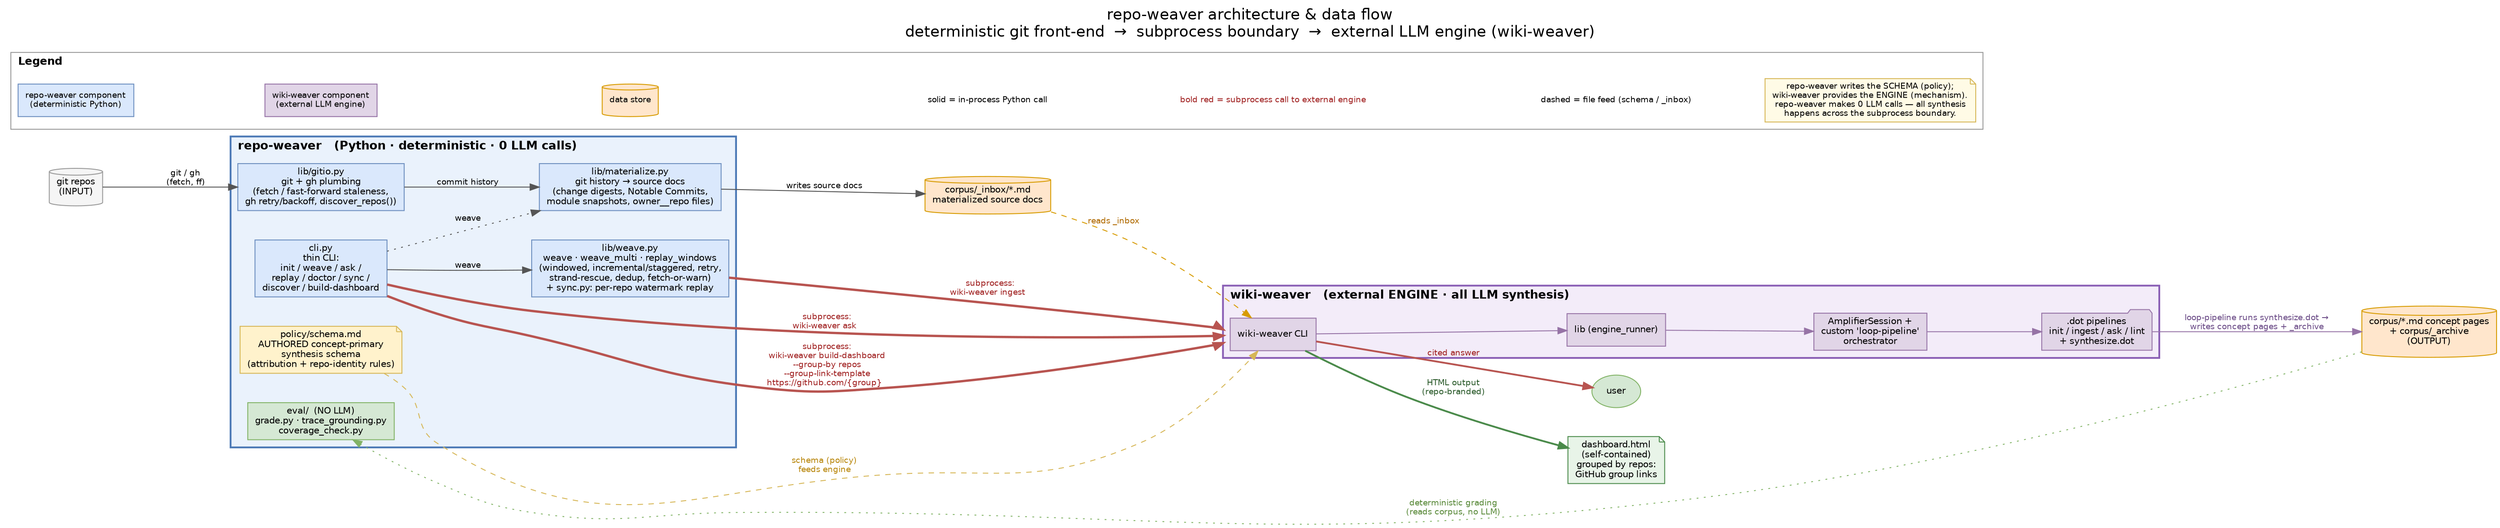
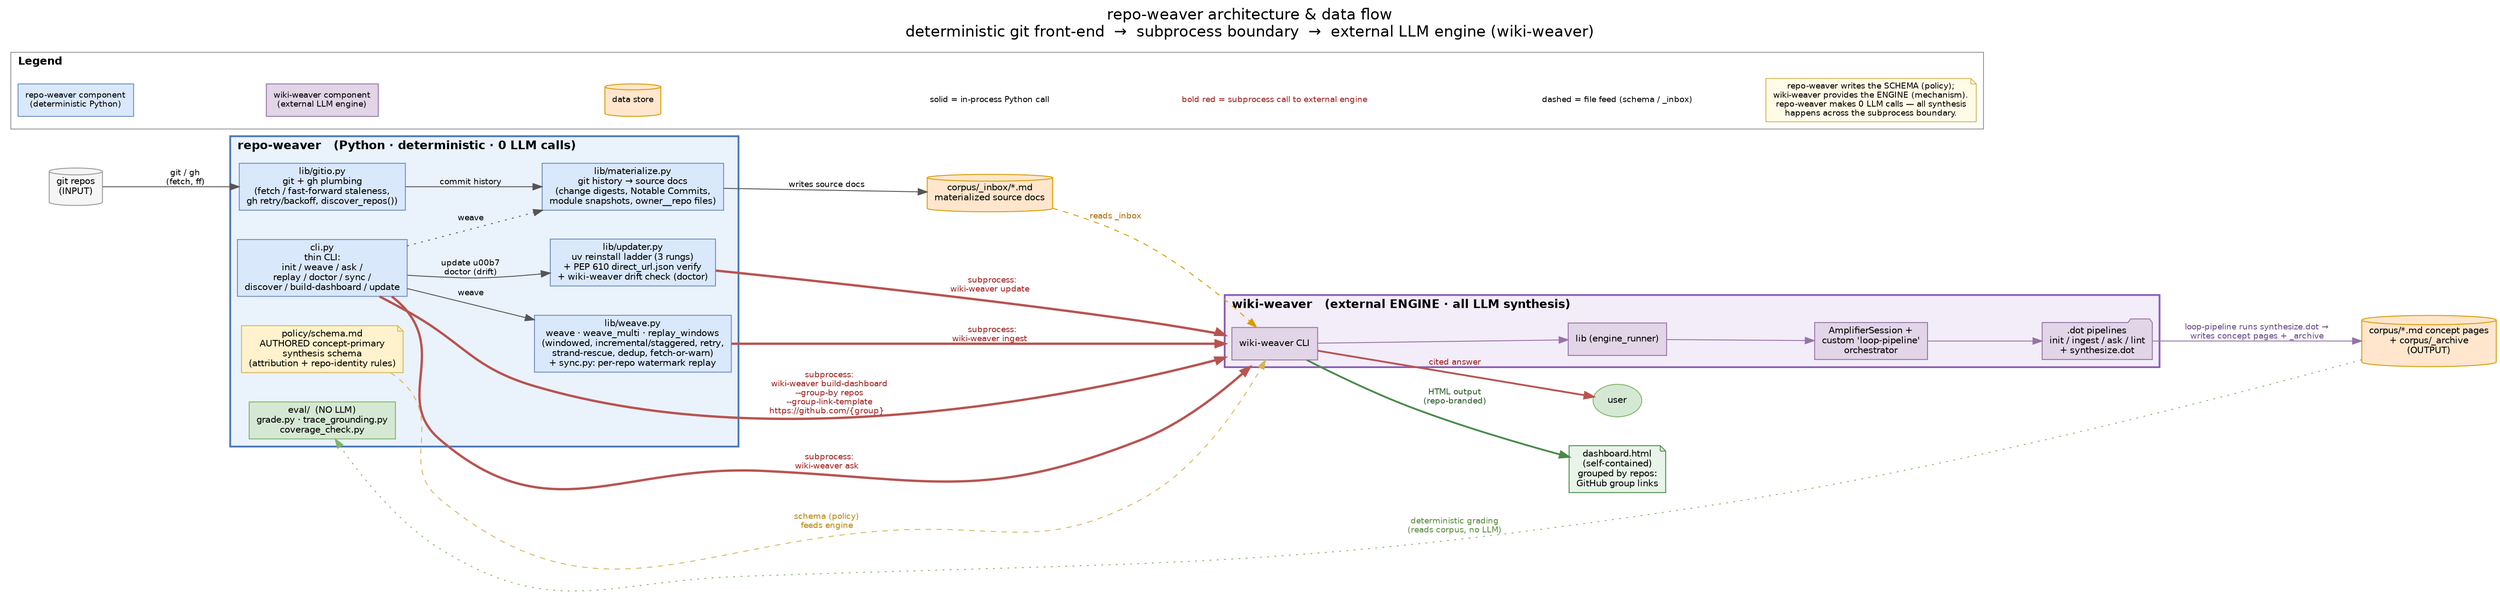
digraph repo_weaver_architecture {
  label="repo-weaver architecture & data flow\ndeterministic git front-end  →  subprocess boundary  →  external LLM engine (wiki-weaver)";
  labelloc="t";
  fontname="Helvetica";
  fontsize=17;
  rankdir=LR;
  compound=true;
  nodesep=0.45;
  ranksep=1.0;
  node [fontname="Helvetica", fontsize=10, style=filled, fillcolor="#dae8fc", color="#6c8ebf"];
  edge [fontname="Helvetica", fontsize=9, color="#555555"];

  // ---------- INPUT store ----------
  git_repos [label="git repos\n(INPUT)", shape=cylinder, fillcolor="#f5f5f5", color="#999999"];

  // ==================================================================
  // Cluster A: repo-weaver — deterministic Python, ZERO LLM calls
  // ==================================================================
  subgraph cluster_repoweaver {
    label="repo-weaver   (Python · deterministic · 0 LLM calls)";
    labeljust="l";
    style=filled; fillcolor="#eaf2fc"; color="#4a78b5"; penwidth=2;
    fontsize=13; fontname="Helvetica-Bold";

-     cli [label="cli.py\nthin CLI:\ninit / weave / ask /\nreplay / doctor / sync /\ndiscover / build-dashboard", shape=box];
+     cli [label="cli.py\nthin CLI:\ninit / weave / ask /\nreplay / doctor / sync /\ndiscover / build-dashboard / update", shape=box];
    weave [label="lib/weave.py\nweave · weave_multi · replay_windows\n(windowed, incremental/staggered, retry,\nstrand-rescue, dedup, fetch-or-warn)\n+ sync.py: per-repo watermark replay", shape=box];
    materialize [label="lib/materialize.py\ngit history → source docs\n(change digests, Notable Commits,\nmodule snapshots, owner__repo files)", shape=box];
    gitio [label="lib/gitio.py\ngit + gh plumbing\n(fetch / fast-forward staleness,\ngh retry/backoff, discover_repos())", shape=box];
+     updater [label="lib/updater.py\nuv reinstall ladder (3 rungs)\n+ PEP 610 direct_url.json verify\n+ wiki-weaver drift check (doctor)", shape=box];
    schema [label="policy/schema.md\nAUTHORED concept-primary\nsynthesis schema\n(attribution + repo-identity rules)", shape=note, fillcolor="#fff2cc", color="#d6b656"];
    eval [label="eval/  (NO LLM)\ngrade.py · trace_grounding.py\ncoverage_check.py", shape=box, fillcolor="#d5e8d4", color="#82b366"];
  }

  // ==================================================================
  // Cluster B: wiki-weaver — external ENGINE, ALL LLM work
  // ==================================================================
  subgraph cluster_wikiweaver {
    label="wiki-weaver   (external ENGINE · all LLM synthesis)";
    labeljust="l";
    style=filled; fillcolor="#f3ecf9"; color="#8a5fb5"; penwidth=2;
    fontsize=13; fontname="Helvetica-Bold";

    ww_cli [label="wiki-weaver CLI", shape=box, fillcolor="#e1d5e7", color="#9673a6"];
    ww_lib [label="lib (engine_runner)", shape=box, fillcolor="#e1d5e7", color="#9673a6"];
    ww_session [label="AmplifierSession +\ncustom 'loop-pipeline'\norchestrator", shape=box, fillcolor="#e1d5e7", color="#9673a6"];
    ww_dot [label=".dot pipelines\ninit / ingest / ask / lint\n+ synthesize.dot", shape=folder, fillcolor="#e1d5e7", color="#9673a6"];
  }

  // ---------- OUTPUT / intermediate stores ----------
  inbox [label="corpus/_inbox/*.md\nmaterialized source docs", shape=cylinder, fillcolor="#ffe6cc", color="#d79b00"];
  corpus [label="corpus/*.md concept pages\n+ corpus/_archive\n(OUTPUT)", shape=cylinder, fillcolor="#ffe6cc", color="#d79b00"];
  dashboard [label="dashboard.html\n(self-contained)\ngrouped by repos:\nGitHub group links", shape=note, fillcolor="#e8f4e8", color="#4a8a4a"];
  user [label="user", shape=ellipse, fillcolor="#d5e8d4", color="#82b366"];

  // ================= in-process Python edges (solid) =================
  git_repos -> gitio [label="git / gh\n(fetch, ff)"];
  gitio -> materialize [label="commit history"];
  materialize -> inbox [label="writes source docs"];
  cli -> weave [label="weave"];
  cli -> materialize [label="weave", style=dotted];
+   cli -> updater [label="update \u00b7\ndoctor (drift)"];
  schema -> ww_cli [label="schema (policy)\nfeeds engine", style=dashed, color="#d6b656", fontcolor="#b8860b", constraint=false];
  inbox -> ww_cli [label="reads _inbox", style=dashed, color="#d79b00", fontcolor="#b06a00"];
  corpus -> eval [label="deterministic grading\n(reads corpus, no LLM)", style=dotted, color="#82b366", fontcolor="#5a8a3a", constraint=false];

  // engine internals
  ww_cli -> ww_lib [color="#9673a6"];
  ww_lib -> ww_session [color="#9673a6"];
  ww_session -> ww_dot [color="#9673a6"];
  ww_dot -> corpus [label="loop-pipeline runs synthesize.dot →\nwrites concept pages + _archive", color="#9673a6", fontcolor="#6a4a86"];

  // ================= SUBPROCESS BOUNDARY edges (bold red) =================
  weave -> ww_cli [label="  subprocess:\n  wiki-weaver ingest  ", style=bold, penwidth=2.6, color="#b85450", fontcolor="#a02020", lhead=cluster_wikiweaver];
  cli -> ww_cli [label="  subprocess:\n  wiki-weaver ask  ", style=bold, penwidth=2.6, color="#b85450", fontcolor="#a02020", lhead=cluster_wikiweaver];
+   updater -> ww_cli [label="  subprocess:\n  wiki-weaver update  ", style=bold, penwidth=2.6, color="#b85450", fontcolor="#a02020", lhead=cluster_wikiweaver];
  cli -> ww_cli [label="  subprocess:\n  wiki-weaver build-dashboard\n  --group-by repos\n  --group-link-template\n  https://github.com/{group}  ", style=bold, penwidth=2.6, color="#b85450", fontcolor="#a02020", lhead=cluster_wikiweaver];
  ww_cli -> dashboard [label="HTML output\n(repo-branded)", style=bold, penwidth=2.0, color="#4a8a4a", fontcolor="#2a5a2a"];
  ww_cli -> user [label="cited answer", style=bold, penwidth=2.0, color="#b85450", fontcolor="#a02020"];

  // ============================ LEGEND ============================
  subgraph cluster_legend {
    label="Legend";
    labeljust="l";
    style=filled; fillcolor="#ffffff"; color="#999999";
    fontsize=12; fontname="Helvetica-Bold";
    node [shape=box, fontsize=9];

    lg_proc [label="repo-weaver component\n(deterministic Python)", fillcolor="#dae8fc", color="#6c8ebf"];
    lg_eng  [label="wiki-weaver component\n(external LLM engine)", fillcolor="#e1d5e7", color="#9673a6"];
    lg_store [label="data store", shape=cylinder, fillcolor="#ffe6cc", color="#d79b00"];
    lg_e1 [label="solid = in-process Python call", shape=plaintext, fillcolor="#ffffff"];
    lg_e2 [label="bold red = subprocess call to external engine", shape=plaintext, fillcolor="#ffffff", fontcolor="#a02020"];
    lg_e3 [label="dashed = file feed (schema / _inbox)", shape=plaintext, fillcolor="#ffffff"];
    lg_note [label="repo-weaver writes the SCHEMA (policy);\nwiki-weaver provides the ENGINE (mechanism).\nrepo-weaver makes 0 LLM calls — all synthesis\nhappens across the subprocess boundary.", shape=note, fillcolor="#fffbe6", color="#d6b656"];

    lg_proc -> lg_eng [style=invis];
    lg_eng -> lg_store [style=invis];
    lg_store -> lg_e1 [style=invis];
    lg_e1 -> lg_e2 [style=invis];
    lg_e2 -> lg_e3 [style=invis];
    lg_e3 -> lg_note [style=invis];
  }
}
